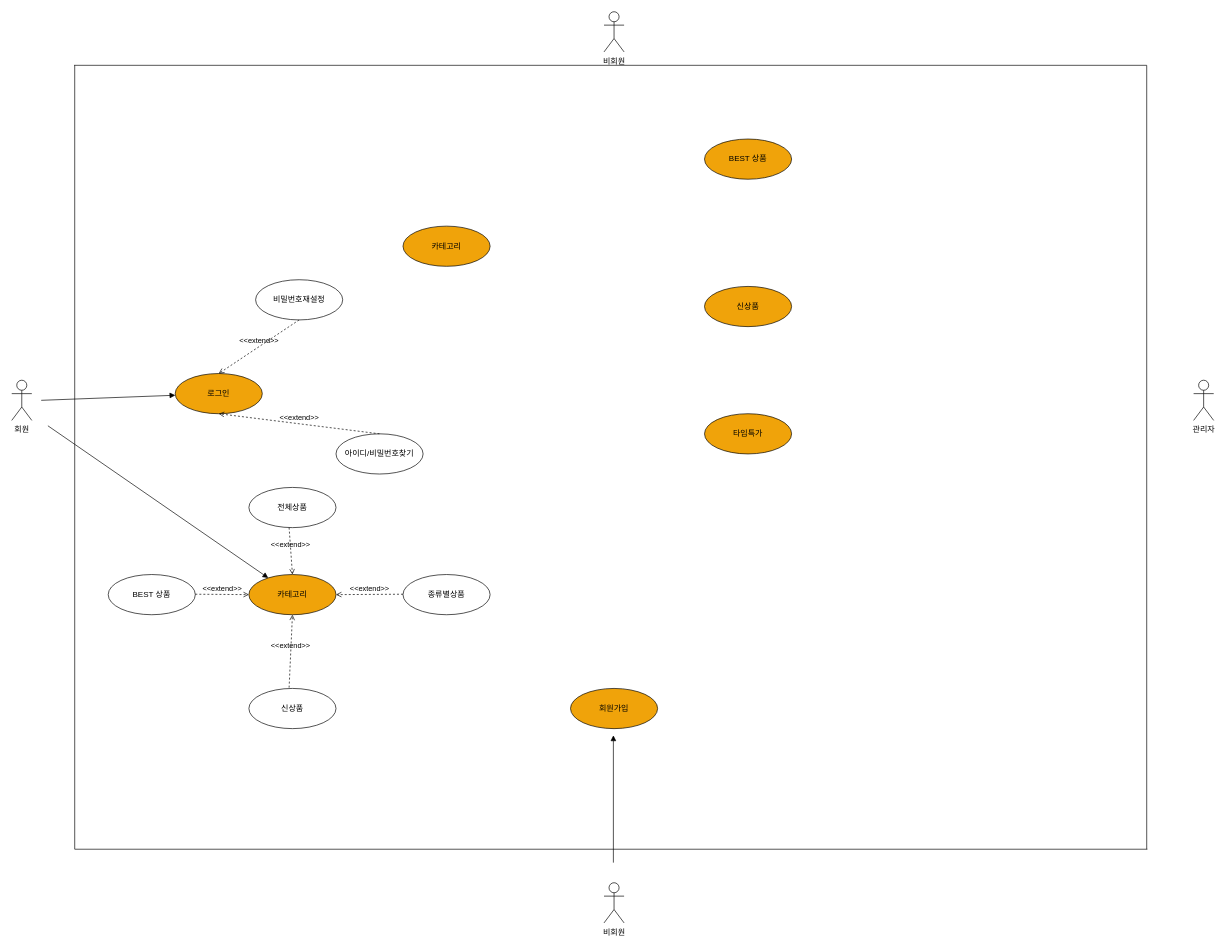
The draw.io diagram USECASE DIAGRAM.drawio in wjdwodhs/USECASE-DIAGRAM, before the edit. Source tidied: cells renumbered, new cells numbered last; positions are measured from the earlier drawing's top-left corner, leaving out a move shared by most shapes. Both pictures are drawn from the tidied source at 67%, with x=0, y=0 at pixel (11, 11).
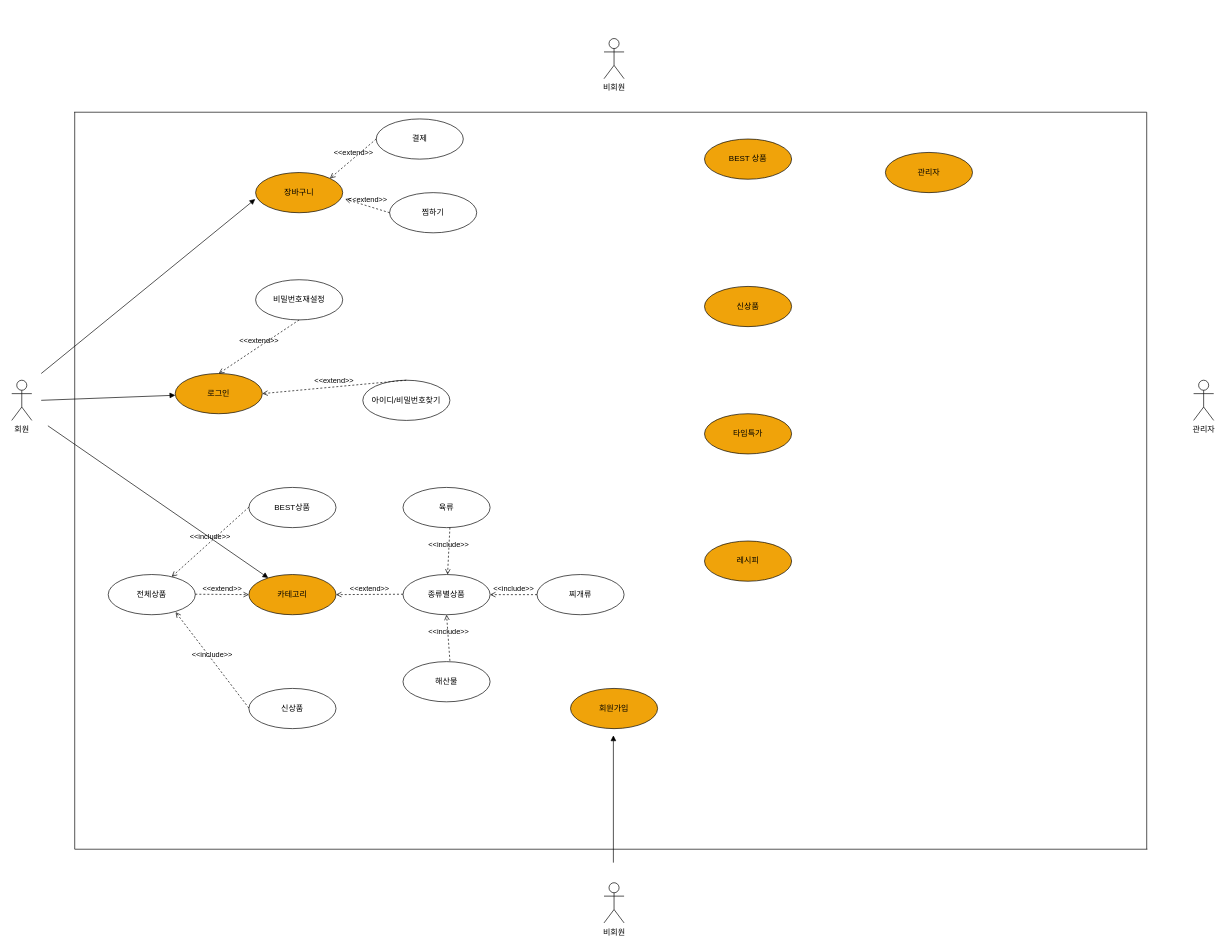
Above is the later version.

Unchanged cells that the change refers to:
```xml
<mxCell id="6" value="로그인" style="ellipse;whiteSpace=wrap;html=1;fillColor=#f0a30a;strokeColor=#000000;fontColor=#000000;" parent="1" vertex="1">
  <mxGeometry x="244" y="540" width="130" height="60" as="geometry" />
</mxCell>
<mxCell id="9" value="카테고리" style="ellipse;whiteSpace=wrap;html=1;fillColor=#f0a30a;strokeColor=#000000;fontColor=#000000;" parent="1" vertex="1">
  <mxGeometry x="354" y="840" width="130" height="60" as="geometry" />
</mxCell>
<mxCell id="25" value="종류별상품" style="ellipse;whiteSpace=wrap;html=1;" parent="1" vertex="1">
  <mxGeometry x="584" y="840" width="130" height="60" as="geometry" />
</mxCell>
```

The edit, as a diff of the source:
```diff
@@
     <mxCell id="4" value="비회원" style="shape=umlActor;verticalLabelPosition=bottom;verticalAlign=top;html=1;" parent="1" vertex="1">
-      <mxGeometry x="884" width="30" height="60" as="geometry" />
+      <mxGeometry x="884" y="40" width="30" height="60" as="geometry" />
     </mxCell>
@@
-    <mxCell id="7" value="카테고리" style="ellipse;whiteSpace=wrap;html=1;fillColor=#f0a30a;strokeColor=#000000;fontColor=#000000;" parent="1" vertex="1">
-      <mxGeometry x="584" y="320" width="130" height="60" as="geometry" />
-    </mxCell>
@@
     <mxCell id="12" value="아이디/비밀번호찾기" style="ellipse;whiteSpace=wrap;html=1;" parent="1" vertex="1">
-      <mxGeometry x="484" y="630" width="130" height="60" as="geometry" />
+      <mxGeometry x="524" y="550" width="130" height="60" as="geometry" />
     </mxCell>
@@
     <mxCell id="14" style="endArrow=none;html=1;rounded=0;" parent="1" edge="1">
       <mxGeometry relative="1" as="geometry">
         <mxPoint x="94" y="1250" as="sourcePoint" />
-        <mxPoint x="94" y="80" as="targetPoint" />
+        <mxPoint x="94" y="150" as="targetPoint" />
       </mxGeometry>
     </mxCell>
     <mxCell id="15" style="endArrow=none;html=1;rounded=0;" parent="1" edge="1">
       <mxGeometry relative="1" as="geometry">
-        <mxPoint x="93" y="80" as="sourcePoint" />
-        <mxPoint x="1694" y="80" as="targetPoint" />
+        <mxPoint x="93" y="150" as="sourcePoint" />
+        <mxPoint x="1694" y="150" as="targetPoint" />
       </mxGeometry>
     </mxCell>
@@
     <mxCell id="17" style="endArrow=none;html=1;rounded=0;" parent="1" edge="1">
       <mxGeometry relative="1" as="geometry">
         <mxPoint x="1694" y="1250" as="sourcePoint" />
-        <mxPoint x="1694" y="80" as="targetPoint" />
+        <mxPoint x="1694" y="150" as="targetPoint" />
       </mxGeometry>
     </mxCell>
@@
-    <mxCell id="20" value="&amp;lt;&amp;lt;extend&amp;gt;&amp;gt;" style="html=1;verticalAlign=bottom;labelBackgroundColor=none;endArrow=open;endFill=0;dashed=1;rounded=0;entryX=0.5;entryY=1;entryDx=0;entryDy=0;exitX=0.5;exitY=0;exitDx=0;exitDy=0;" parent="1" edge="1" source="12" target="6">
+    <mxCell id="20" value="&amp;lt;&amp;lt;extend&amp;gt;&amp;gt;" style="html=1;verticalAlign=bottom;labelBackgroundColor=none;endArrow=open;endFill=0;dashed=1;rounded=0;exitX=0.5;exitY=0;exitDx=0;exitDy=0;entryX=1;entryY=0.5;entryDx=0;entryDy=0;" parent="1" edge="1" source="12" target="6">
       <mxGeometry relative="1" as="geometry" />
     </mxCell>
@@
-    <mxCell id="26" value="BEST 상품" style="ellipse;whiteSpace=wrap;html=1;" parent="1" vertex="1">
+    <mxCell id="26" value="전체상품" style="ellipse;whiteSpace=wrap;html=1;" parent="1" vertex="1">
       <mxGeometry x="144" y="840" width="130" height="60" as="geometry" />
     </mxCell>
-    <mxCell id="27" value="전체상품" style="ellipse;whiteSpace=wrap;html=1;" parent="1" vertex="1">
+    <mxCell id="27" value="BEST상품" style="ellipse;whiteSpace=wrap;html=1;" parent="1" vertex="1">
       <mxGeometry x="354" y="710" width="130" height="60" as="geometry" />
     </mxCell>
-    <mxCell id="28" value="&amp;lt;&amp;lt;extend&amp;gt;&amp;gt;" style="html=1;verticalAlign=bottom;labelBackgroundColor=none;endArrow=open;endFill=0;dashed=1;rounded=0;entryX=0.5;entryY=1;entryDx=0;entryDy=0;" parent="1" edge="1" target="9">
-      <mxGeometry relative="1" as="geometry">
-        <mxPoint x="414" y="1008.8" as="sourcePoint" />
-      </mxGeometry>
-    </mxCell>
@@
-    <mxCell id="31" value="&amp;lt;&amp;lt;extend&amp;gt;&amp;gt;" style="html=1;verticalAlign=bottom;labelBackgroundColor=none;endArrow=open;endFill=0;dashed=1;rounded=0;entryX=0.5;entryY=0;entryDx=0;entryDy=0;" parent="1" edge="1" target="9">
-      <mxGeometry relative="1" as="geometry">
-        <mxPoint x="414" y="770" as="sourcePoint" />
-      </mxGeometry>
-    </mxCell>
+    <mxCell id="32" value="&amp;lt;&amp;lt;include&amp;gt;&amp;gt;" style="html=1;verticalAlign=bottom;labelBackgroundColor=none;endArrow=open;endFill=0;dashed=1;rounded=0;" parent="1" edge="1" target="26">
+      <mxGeometry relative="1" as="geometry">
+        <mxPoint x="354" y="739.4" as="sourcePoint" />
+      </mxGeometry>
+    </mxCell>
+    <mxCell id="33" value="&amp;lt;&amp;lt;include&amp;gt;&amp;gt;" style="html=1;verticalAlign=bottom;labelBackgroundColor=none;endArrow=open;endFill=0;dashed=1;rounded=0;entryX=0.774;entryY=0.935;entryDx=0;entryDy=0;entryPerimeter=0;" parent="1" edge="1" target="26">
+      <mxGeometry relative="1" as="geometry">
+        <mxPoint x="354" y="1039.4" as="sourcePoint" />
+      </mxGeometry>
+    </mxCell>
+    <mxCell id="34" value="육류" style="ellipse;whiteSpace=wrap;html=1;" parent="1" vertex="1">
+      <mxGeometry x="584" y="710" width="130" height="60" as="geometry" />
+    </mxCell>
+    <mxCell id="35" value="찌개류" style="ellipse;whiteSpace=wrap;html=1;" parent="1" vertex="1">
+      <mxGeometry x="784" y="840" width="130" height="60" as="geometry" />
+    </mxCell>
+    <mxCell id="36" value="해산물" style="ellipse;whiteSpace=wrap;html=1;" parent="1" vertex="1">
+      <mxGeometry x="584" y="970" width="130" height="60" as="geometry" />
+    </mxCell>
+    <mxCell id="37" value="&amp;lt;&amp;lt;include&amp;gt;&amp;gt;" style="html=1;verticalAlign=bottom;labelBackgroundColor=none;endArrow=open;endFill=0;dashed=1;rounded=0;" parent="1" edge="1" target="25">
+      <mxGeometry relative="1" as="geometry">
+        <mxPoint x="654" y="770" as="sourcePoint" />
+      </mxGeometry>
+    </mxCell>
+    <mxCell id="38" value="&amp;lt;&amp;lt;include&amp;gt;&amp;gt;" style="html=1;verticalAlign=bottom;labelBackgroundColor=none;endArrow=open;endFill=0;dashed=1;rounded=0;entryX=1;entryY=0.5;entryDx=0;entryDy=0;" parent="1" edge="1" target="25">
+      <mxGeometry relative="1" as="geometry">
+        <mxPoint x="784" y="870" as="sourcePoint" />
+      </mxGeometry>
+    </mxCell>
+    <mxCell id="39" value="&amp;lt;&amp;lt;include&amp;gt;&amp;gt;" style="html=1;verticalAlign=bottom;labelBackgroundColor=none;endArrow=open;endFill=0;dashed=1;rounded=0;entryX=0.5;entryY=1;entryDx=0;entryDy=0;" parent="1" edge="1" target="25">
+      <mxGeometry relative="1" as="geometry">
+        <mxPoint x="654" y="968.8" as="sourcePoint" />
+      </mxGeometry>
+    </mxCell>
+    <mxCell id="40" value="레시피" style="ellipse;whiteSpace=wrap;html=1;fillColor=#f0a30a;strokeColor=#000000;fontColor=#000000;" parent="1" vertex="1">
+      <mxGeometry x="1034" y="790" width="130" height="60" as="geometry" />
+    </mxCell>
+    <mxCell id="41" value="장바구니" style="ellipse;whiteSpace=wrap;html=1;fillColor=#f0a30a;strokeColor=#000000;fontColor=#000000;" parent="1" vertex="1">
+      <mxGeometry x="364" y="240" width="130" height="60" as="geometry" />
+    </mxCell>
+    <mxCell id="42" value="관리자" style="ellipse;whiteSpace=wrap;html=1;fillColor=#f0a30a;strokeColor=#000000;fontColor=#000000;" parent="1" vertex="1">
+      <mxGeometry x="1304" y="210" width="130" height="60" as="geometry" />
+    </mxCell>
+    <mxCell id="43" style="html=1;verticalAlign=bottom;labelBackgroundColor=none;endArrow=block;endFill=1;rounded=0;entryX=-0.004;entryY=0.661;entryDx=0;entryDy=0;entryPerimeter=0;" parent="1" edge="1" target="41">
+      <mxGeometry relative="1" as="geometry">
+        <mxPoint x="44" y="540" as="sourcePoint" />
+      </mxGeometry>
+    </mxCell>
+    <mxCell id="44" value="결제" style="ellipse;whiteSpace=wrap;html=1;" parent="1" vertex="1">
+      <mxGeometry x="544" y="160" width="130" height="60" as="geometry" />
+    </mxCell>
+    <mxCell id="45" value="찜하기" style="ellipse;whiteSpace=wrap;html=1;" parent="1" vertex="1">
+      <mxGeometry x="564" y="270" width="130" height="60" as="geometry" />
+    </mxCell>
+    <mxCell id="46" value="&amp;lt;&amp;lt;extend&amp;gt;&amp;gt;" style="html=1;verticalAlign=bottom;labelBackgroundColor=none;endArrow=open;endFill=0;dashed=1;rounded=0;exitX=0.5;exitY=0;exitDx=0;exitDy=0;entryX=1.028;entryY=0.661;entryDx=0;entryDy=0;entryPerimeter=0;" parent="1" edge="1" target="41">
+      <mxGeometry relative="1" as="geometry">
+        <mxPoint x="564" y="300" as="sourcePoint" />
+      </mxGeometry>
+    </mxCell>
+    <mxCell id="47" value="&amp;lt;&amp;lt;extend&amp;gt;&amp;gt;" style="html=1;verticalAlign=bottom;labelBackgroundColor=none;endArrow=open;endFill=0;dashed=1;rounded=0;exitX=0.5;exitY=0;exitDx=0;exitDy=0;entryX=1;entryY=0;entryDx=0;entryDy=0;" parent="1" edge="1" target="41">
+      <mxGeometry relative="1" as="geometry">
+        <mxPoint x="544" y="190" as="sourcePoint" />
+      </mxGeometry>
+    </mxCell>
```
